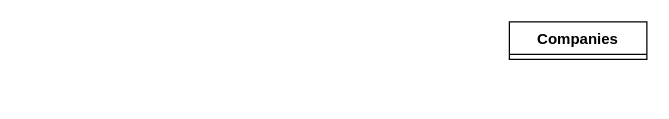
Before: Diagramme sans nom.drawio in Eaulmesse/upit_erp_dev, a draw.io diagram. Source tidied: cells renumbered, new cells numbered last; positions are measured from the earlier drawing's top-left corner, leaving out a move shared by most shapes. Both pictures are drawn from the tidied source at 125%, with x=0, y=0 at pixel (509, 21).
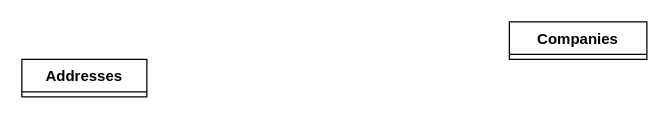
After the change.

Diff of the diagram source:
```diff
@@
 <mxGraphModel>
   <root>
     <mxCell id="0" />
     <mxCell id="1" parent="0" />
     <mxCell id="2" value="Companies" style="swimlane;fontStyle=1;align=center;verticalAlign=top;horizontal=1;startSize=26;whiteSpace=wrap;html=1;" parent="1" vertex="1" collapsed="1">
       <mxGeometry width="110" height="30" as="geometry" />
     </mxCell>
+    <mxCell id="3" value="Addresses" style="swimlane;fontStyle=1;align=center;verticalAlign=top;horizontal=1;startSize=26;whiteSpace=wrap;html=1;" parent="1" vertex="1" collapsed="1">
+      <mxGeometry x="-390" y="30" width="100" height="30" as="geometry" />
+    </mxCell>
   </root>
 </mxGraphModel>
```
